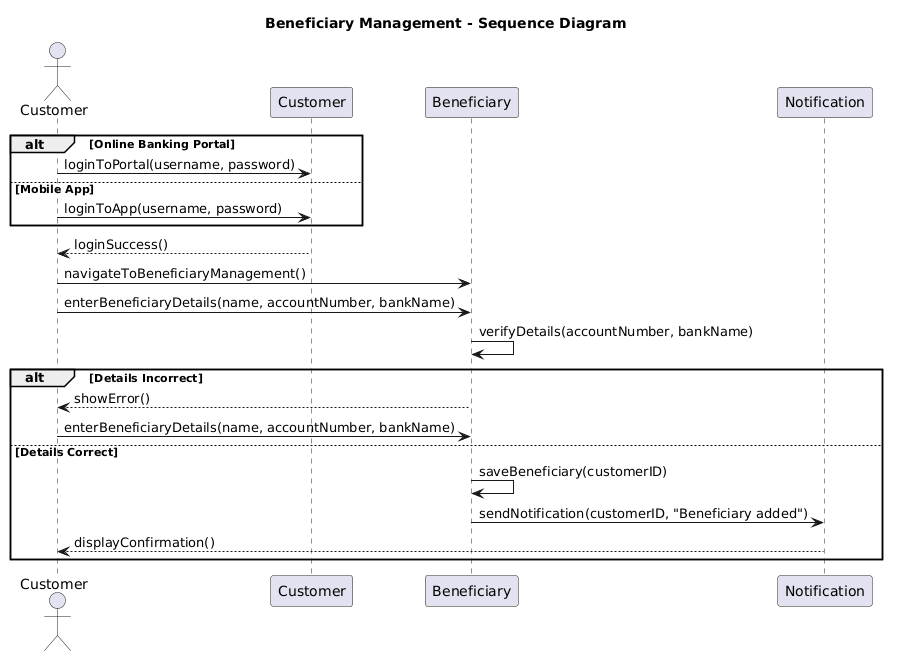
erindkotobelli12/BankManagementSystem keeps this PlantUML diagram as Diagrams/Sequence Diagrams/BS_TM_06.png. Above is the earlier version.
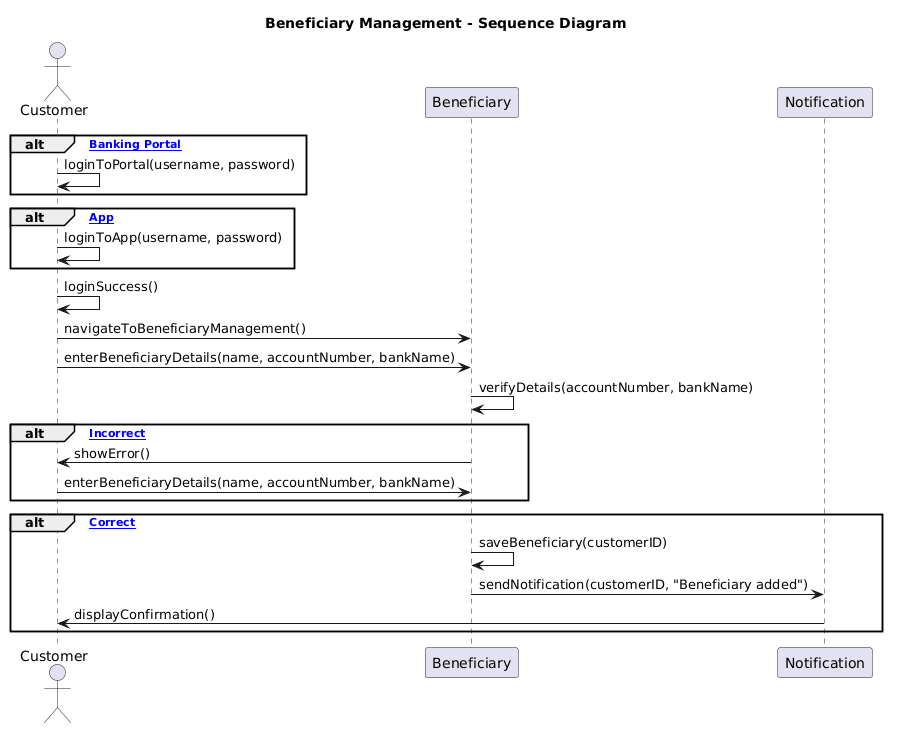
After the commit.

The edit, as a diff of the source:
```diff
@@ -2,28 +2,29 @@
 title Beneficiary Management - Sequence Diagram
 
 actor Customer
-participant "Customer" as C
-participant "Beneficiary" as BEN
+participant "Beneficiary" as B
 participant "Notification" as N
 
-alt Online Banking Portal
-    Customer -> C : loginToPortal(username, password)
-else Mobile App
-    Customer -> C : loginToApp(username, password)
+alt [Online Banking Portal]
+    Customer -> Customer : loginToPortal(username, password)
+end
+alt [Mobile App]
+    Customer -> Customer : loginToApp(username, password)
 end
 
-C --> Customer : loginSuccess()
-Customer -> BEN : navigateToBeneficiaryManagement()
-Customer -> BEN : enterBeneficiaryDetails(name, accountNumber, bankName)
+Customer -> Customer : loginSuccess()
+Customer -> B : navigateToBeneficiaryManagement()
+Customer -> B : enterBeneficiaryDetails(name, accountNumber, bankName)
+B -> B : verifyDetails(accountNumber, bankName)
 
-BEN -> BEN : verifyDetails(accountNumber, bankName)
+alt [Details Incorrect]
+    B -> Customer : showError()
+    Customer -> B : enterBeneficiaryDetails(name, accountNumber, bankName)
+end
 
-alt Details Incorrect
-    BEN --> Customer : showError()
-    Customer -> BEN : enterBeneficiaryDetails(name, accountNumber, bankName)
-else Details Correct
-    BEN -> BEN : saveBeneficiary(customerID)
-    BEN -> N : sendNotification(customerID, "Beneficiary added")
-    N --> Customer : displayConfirmation()
+alt [Details Correct]
+    B -> B : saveBeneficiary(customerID)
+    B -> N : sendNotification(customerID, "Beneficiary added")
+    N -> Customer : displayConfirmation()
 end
 @enduml
```
